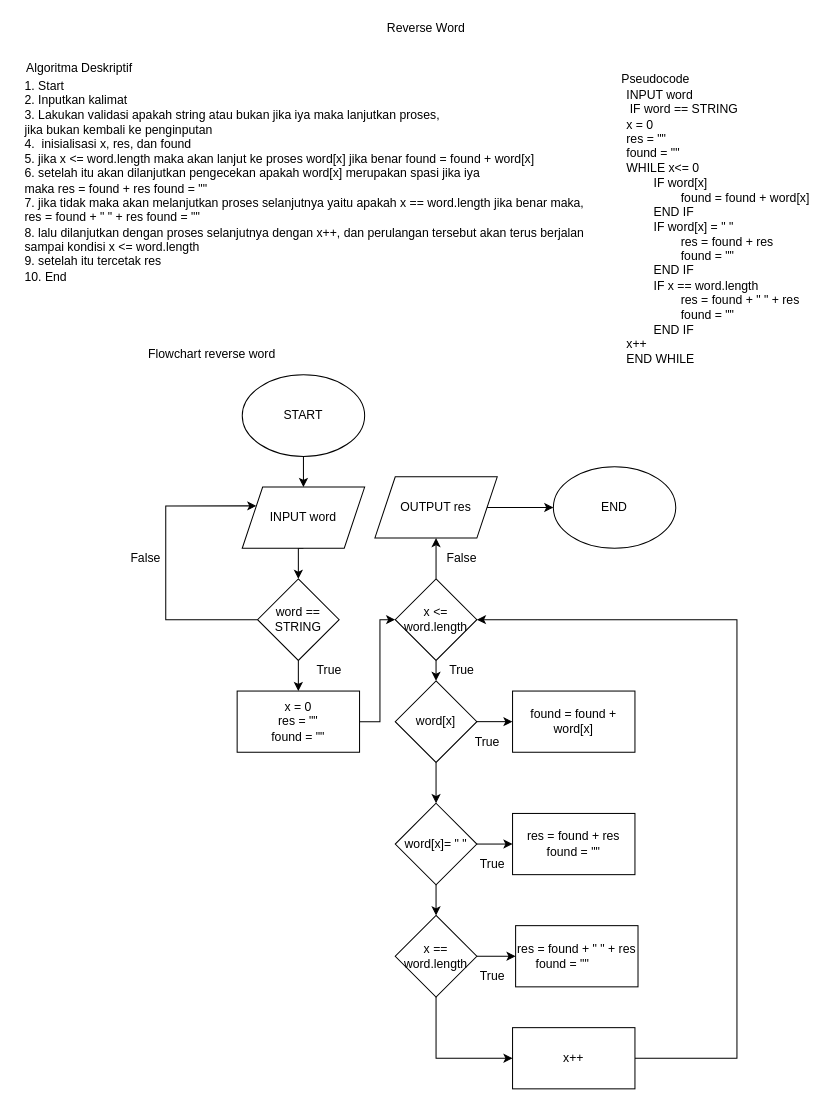
This is Reverse Word.drawio from aviantofan/fw5-algoritma, a draw.io file, before an edit. Source tidied: cells renumbered, new cells numbered last; positions are measured from the earlier drawing's top-left corner, leaving out a move shared by most shapes. Both pictures are drawn from the tidied source at 102%, with x=0, y=0 at pixel (17, 17).
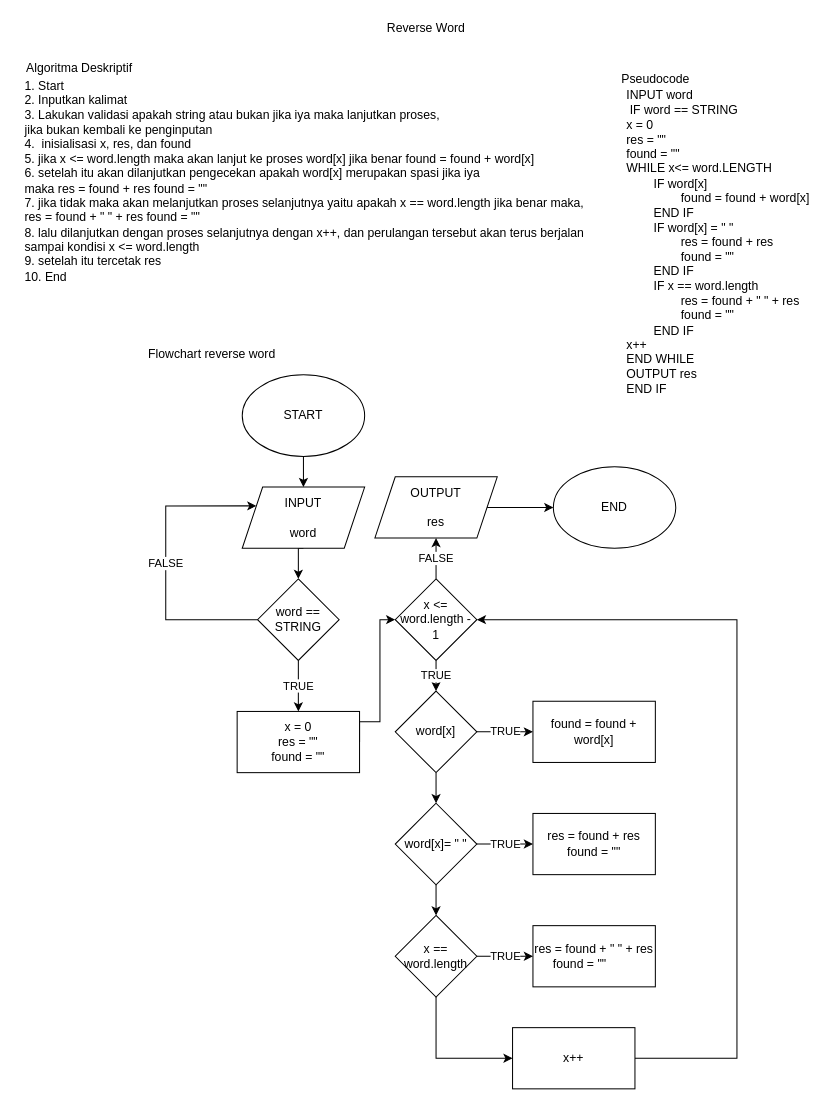
The same page after the edit.

Unchanged cells that the change refers to:
```xml
<mxCell id="9" value="word == STRING" style="rhombus;whiteSpace=wrap;html=1;" parent="1" vertex="1">
  <mxGeometry x="235" y="550" width="80" height="80" as="geometry" />
</mxCell>
<mxCell id="17" value="word[x]= &quot; &quot;" style="rhombus;whiteSpace=wrap;html=1;" parent="1" vertex="1">
  <mxGeometry x="370" y="770" width="80" height="80" as="geometry" />
</mxCell>
<mxCell id="20" value="x == word.length" style="rhombus;whiteSpace=wrap;html=1;" parent="1" vertex="1">
  <mxGeometry x="370" y="880" width="80" height="80" as="geometry" />
</mxCell>
```

What changed in the source:
```diff
@@
-    <mxCell id="6" value="INPUT word" style="shape=parallelogram;perimeter=parallelogramPerimeter;whiteSpace=wrap;html=1;fixedSize=1;" parent="1" vertex="1">
+    <mxCell id="6" value="INPUT &lt;br&gt;&lt;br&gt;word" style="shape=parallelogram;perimeter=parallelogramPerimeter;whiteSpace=wrap;html=1;fixedSize=1;" parent="1" vertex="1">
       <mxGeometry x="220" y="460" width="120" height="60" as="geometry" />
     </mxCell>
-    <mxCell id="7" style="edgeStyle=orthogonalEdgeStyle;rounded=0;jettySize=auto;html=1;exitX=0.5;exitY=1;exitDx=0;exitDy=0;entryX=0.5;entryY=0;entryDx=0;entryDy=0;" parent="1" edge="1" source="9" target="11">
+    <mxCell id="7" value="TRUE" style="edgeStyle=orthogonalEdgeStyle;rounded=0;jettySize=auto;html=1;exitX=0.5;exitY=1;exitDx=0;exitDy=0;entryX=0.5;entryY=0;entryDx=0;entryDy=0;" parent="1" edge="1" source="9" target="11">
       <mxGeometry relative="1" as="geometry" />
     </mxCell>
-    <mxCell id="8" style="edgeStyle=orthogonalEdgeStyle;rounded=0;jettySize=auto;html=1;exitX=0;exitY=0.5;exitDx=0;exitDy=0;entryX=0;entryY=0.25;entryDx=0;entryDy=0;" parent="1" edge="1" source="9" target="6">
+    <mxCell id="8" value="FALSE" style="edgeStyle=orthogonalEdgeStyle;rounded=0;jettySize=auto;html=1;exitX=0;exitY=0.5;exitDx=0;exitDy=0;entryX=0;entryY=0.25;entryDx=0;entryDy=0;" parent="1" edge="1" source="9" target="6">
       <mxGeometry relative="1" as="geometry">
         <Array as="points">
           <mxPoint x="145" y="590" />
           <mxPoint x="145" y="478" />
         </Array>
       </mxGeometry>
     </mxCell>
@@
     <mxCell id="11" value="x = 0&lt;br&gt;res = &quot;&quot;&lt;br&gt;found = &quot;&quot;" style="rounded=0;whiteSpace=wrap;html=1;" parent="1" vertex="1">
-      <mxGeometry x="215" y="660" width="120" height="60" as="geometry" />
+      <mxGeometry x="215" y="680" width="120" height="60" as="geometry" />
     </mxCell>
@@
-    <mxCell id="13" style="edgeStyle=orthogonalEdgeStyle;rounded=0;jettySize=auto;html=1;exitX=1;exitY=0.5;exitDx=0;exitDy=0;entryX=0;entryY=0.5;entryDx=0;entryDy=0;" parent="1" edge="1" source="14" target="29">
+    <mxCell id="13" value="TRUE" style="edgeStyle=orthogonalEdgeStyle;rounded=0;jettySize=auto;html=1;exitX=1;exitY=0.5;exitDx=0;exitDy=0;entryX=0;entryY=0.5;entryDx=0;entryDy=0;" parent="1" edge="1" source="14" target="29">
       <mxGeometry relative="1" as="geometry" />
     </mxCell>
     <mxCell id="14" value="word[x]" style="rhombus;whiteSpace=wrap;html=1;" parent="1" vertex="1">
-      <mxGeometry x="370" y="650" width="80" height="80" as="geometry" />
+      <mxGeometry x="370" y="660" width="80" height="80" as="geometry" />
     </mxCell>
@@
-    <mxCell id="16" style="edgeStyle=orthogonalEdgeStyle;rounded=0;jettySize=auto;html=1;exitX=1;exitY=0.5;exitDx=0;exitDy=0;entryX=0;entryY=0.5;entryDx=0;entryDy=0;" parent="1" edge="1" source="17" target="25">
+    <mxCell id="16" value="TRUE" style="edgeStyle=orthogonalEdgeStyle;rounded=0;jettySize=auto;html=1;exitX=1;exitY=0.5;exitDx=0;exitDy=0;entryX=0;entryY=0.5;entryDx=0;entryDy=0;" parent="1" edge="1" source="17" target="25">
       <mxGeometry relative="1" as="geometry" />
     </mxCell>
@@
-    <mxCell id="19" style="edgeStyle=orthogonalEdgeStyle;rounded=0;jettySize=auto;html=1;exitX=1;exitY=0.5;exitDx=0;exitDy=0;entryX=0;entryY=0.5;entryDx=0;entryDy=0;" parent="1" edge="1" source="20" target="24">
+    <mxCell id="19" value="TRUE" style="edgeStyle=orthogonalEdgeStyle;rounded=0;jettySize=auto;html=1;exitX=1;exitY=0.5;exitDx=0;exitDy=0;entryX=0;entryY=0.5;entryDx=0;entryDy=0;" parent="1" edge="1" source="20" target="24">
       <mxGeometry relative="1" as="geometry" />
     </mxCell>
@@
     <mxCell id="24" value="res = found + &quot; &quot; + res found = &quot;&quot;&lt;span style=&quot;white-space: pre&quot;&gt;&#9;&lt;/span&gt;" style="rounded=0;whiteSpace=wrap;html=1;" parent="1" vertex="1">
-      <mxGeometry x="488" y="890" width="120" height="60" as="geometry" />
+      <mxGeometry x="505" y="890" width="120" height="60" as="geometry" />
     </mxCell>
     <mxCell id="25" value="res = found + res found = &quot;&quot;" style="rounded=0;whiteSpace=wrap;html=1;" parent="1" vertex="1">
-      <mxGeometry x="485" y="780" width="120" height="60" as="geometry" />
+      <mxGeometry x="505" y="780" width="120" height="60" as="geometry" />
     </mxCell>
-    <mxCell id="26" style="edgeStyle=orthogonalEdgeStyle;rounded=0;jettySize=auto;html=1;exitX=0.5;exitY=1;exitDx=0;exitDy=0;entryX=0.5;entryY=0;entryDx=0;entryDy=0;" parent="1" edge="1" source="28" target="14">
+    <mxCell id="26" value="TRUE" style="edgeStyle=orthogonalEdgeStyle;rounded=0;jettySize=auto;html=1;exitX=0.5;exitY=1;exitDx=0;exitDy=0;entryX=0.5;entryY=0;entryDx=0;entryDy=0;" parent="1" edge="1" source="28" target="14">
       <mxGeometry relative="1" as="geometry" />
     </mxCell>
-    <mxCell id="27" style="edgeStyle=orthogonalEdgeStyle;rounded=0;jettySize=auto;html=1;" parent="1" edge="1" source="28" target="38">
+    <mxCell id="27" value="FALSE" style="edgeStyle=orthogonalEdgeStyle;rounded=0;jettySize=auto;html=1;" parent="1" edge="1" source="28" target="38">
       <mxGeometry relative="1" as="geometry" />
     </mxCell>
-    <mxCell id="28" value="x &amp;lt;= word.length" style="rhombus;whiteSpace=wrap;html=1;" parent="1" vertex="1">
+    <mxCell id="28" value="x &amp;lt;= word.length - 1" style="rhombus;whiteSpace=wrap;html=1;" parent="1" vertex="1">
       <mxGeometry x="370" y="550" width="80" height="80" as="geometry" />
     </mxCell>
     <mxCell id="29" value="found = found + word[x]" style="rounded=0;whiteSpace=wrap;html=1;" parent="1" vertex="1">
-      <mxGeometry x="485" y="660" width="120" height="60" as="geometry" />
+      <mxGeometry x="505" y="670" width="120" height="60" as="geometry" />
     </mxCell>
-    <mxCell id="30" value="True" style="text;html=1;align=center;verticalAlign=middle;strokeColor=none;fillColor=none;" parent="1" vertex="1">
-      <mxGeometry x="445" y="820" width="40" height="20" as="geometry" />
-    </mxCell>
-    <mxCell id="31" value="True" style="text;html=1;align=center;verticalAlign=middle;strokeColor=none;fillColor=none;" parent="1" vertex="1">
-      <mxGeometry x="440" y="700" width="40" height="20" as="geometry" />
-    </mxCell>
-    <mxCell id="32" value="True" style="text;html=1;align=center;verticalAlign=middle;strokeColor=none;fillColor=none;" parent="1" vertex="1">
-      <mxGeometry x="415" y="630" width="40" height="20" as="geometry" />
-    </mxCell>
-    <mxCell id="33" value="True" style="text;html=1;align=center;verticalAlign=middle;strokeColor=none;fillColor=none;" parent="1" vertex="1">
-      <mxGeometry x="445" y="930" width="40" height="20" as="geometry" />
-    </mxCell>
-    <mxCell id="34" value="False" style="text;html=1;align=center;verticalAlign=middle;strokeColor=none;fillColor=none;" parent="1" vertex="1">
-      <mxGeometry x="415" y="520" width="40" height="20" as="geometry" />
-    </mxCell>
-    <mxCell id="35" value="True" style="text;html=1;align=center;verticalAlign=middle;strokeColor=none;fillColor=none;" parent="1" vertex="1">
-      <mxGeometry x="285" y="630" width="40" height="20" as="geometry" />
-    </mxCell>
-    <mxCell id="36" value="False" style="text;html=1;align=center;verticalAlign=middle;strokeColor=none;fillColor=none;" parent="1" vertex="1">
-      <mxGeometry x="105" y="520" width="40" height="20" as="geometry" />
-    </mxCell>
@@
-    <mxCell id="38" value="OUTPUT res" style="shape=parallelogram;perimeter=parallelogramPerimeter;whiteSpace=wrap;html=1;fixedSize=1;" parent="1" vertex="1">
+    <mxCell id="38" value="OUTPUT &lt;br&gt;&lt;br&gt;res" style="shape=parallelogram;perimeter=parallelogramPerimeter;whiteSpace=wrap;html=1;fixedSize=1;" parent="1" vertex="1">
       <mxGeometry x="350" y="450" width="120" height="60" as="geometry" />
     </mxCell>
@@
-    <mxCell id="43" value="INPUT word&lt;br&gt;&amp;nbsp;IF word == STRING&lt;br&gt;x = 0&lt;br&gt;res = &quot;&quot;&lt;br&gt;found = &quot;&quot;&lt;br&gt;WHILE x&amp;lt;= 0&lt;br&gt;&lt;span style=&quot;white-space: pre&quot;&gt;&#9;&lt;/span&gt;IF word[x]&lt;br&gt;&lt;span style=&quot;white-space: pre&quot;&gt;&#9;&lt;/span&gt;&lt;span style=&quot;white-space: pre&quot;&gt;&#9;&lt;/span&gt;found = found + word[x]&lt;br&gt;&lt;span style=&quot;white-space: pre&quot;&gt;&#9;&lt;/span&gt;END IF&lt;br&gt;&lt;span style=&quot;white-space: pre&quot;&gt;&#9;&lt;/span&gt;IF word[x] = &quot; &quot;&lt;br&gt;&lt;span style=&quot;white-space: pre&quot;&gt;&#9;&lt;/span&gt;&lt;span style=&quot;white-space: pre&quot;&gt;&#9;&lt;/span&gt;res = found + res&lt;br&gt;&lt;span style=&quot;white-space: pre&quot;&gt;&#9;&lt;/span&gt;&lt;span style=&quot;white-space: pre&quot;&gt;&#9;&lt;/span&gt;found = &quot;&quot;&lt;br&gt;&lt;span style=&quot;white-space: pre&quot;&gt;&#9;&lt;/span&gt;END IF&lt;br&gt;&lt;span style=&quot;white-space: pre&quot;&gt;&#9;&lt;/span&gt;IF x == word.length&lt;br&gt;&lt;span style=&quot;white-space: pre&quot;&gt;&#9;&lt;/span&gt;&lt;span style=&quot;white-space: pre&quot;&gt;&#9;&lt;/span&gt;res = found + &quot; &quot; + res&lt;br&gt;&lt;span style=&quot;white-space: pre&quot;&gt;&#9;&lt;/span&gt;&lt;span style=&quot;white-space: pre&quot;&gt;&#9;&lt;/span&gt;found = &quot;&quot;&lt;br&gt;&lt;span style=&quot;white-space: pre&quot;&gt;&#9;&lt;/span&gt;END IF&lt;br&gt;x++&lt;br&gt;END WHILE" style="text;html=1;align=left;verticalAlign=middle;strokeColor=none;fillColor=none;" parent="1" vertex="1">
-      <mxGeometry x="595" y="70" width="190" height="270" as="geometry" />
+    <mxCell id="43" value="INPUT word&lt;br&gt;&amp;nbsp;IF word == STRING&lt;br&gt;x = 0&lt;br&gt;res = &quot;&quot;&lt;br&gt;found = &quot;&quot;&lt;br&gt;WHILE x&amp;lt;= word.LENGTH&lt;br&gt;&lt;span style=&quot;white-space: pre&quot;&gt;&#9;&lt;/span&gt;IF word[x]&lt;br&gt;&lt;span style=&quot;white-space: pre&quot;&gt;&#9;&lt;/span&gt;&lt;span style=&quot;white-space: pre&quot;&gt;&#9;&lt;/span&gt;found = found + word[x]&lt;br&gt;&lt;span style=&quot;white-space: pre&quot;&gt;&#9;&lt;/span&gt;END IF&lt;br&gt;&lt;span style=&quot;white-space: pre&quot;&gt;&#9;&lt;/span&gt;IF word[x] = &quot; &quot;&lt;br&gt;&lt;span style=&quot;white-space: pre&quot;&gt;&#9;&lt;/span&gt;&lt;span style=&quot;white-space: pre&quot;&gt;&#9;&lt;/span&gt;res = found + res&lt;br&gt;&lt;span style=&quot;white-space: pre&quot;&gt;&#9;&lt;/span&gt;&lt;span style=&quot;white-space: pre&quot;&gt;&#9;&lt;/span&gt;found = &quot;&quot;&lt;br&gt;&lt;span style=&quot;white-space: pre&quot;&gt;&#9;&lt;/span&gt;END IF&lt;br&gt;&lt;span style=&quot;white-space: pre&quot;&gt;&#9;&lt;/span&gt;IF x == word.length&lt;br&gt;&lt;span style=&quot;white-space: pre&quot;&gt;&#9;&lt;/span&gt;&lt;span style=&quot;white-space: pre&quot;&gt;&#9;&lt;/span&gt;res = found + &quot; &quot; + res&lt;br&gt;&lt;span style=&quot;white-space: pre&quot;&gt;&#9;&lt;/span&gt;&lt;span style=&quot;white-space: pre&quot;&gt;&#9;&lt;/span&gt;found = &quot;&quot;&lt;br&gt;&lt;span style=&quot;white-space: pre&quot;&gt;&#9;&lt;/span&gt;END IF&lt;br&gt;x++&lt;br&gt;END WHILE&lt;br&gt;OUTPUT res&lt;br&gt;END IF" style="text;html=1;align=left;verticalAlign=middle;strokeColor=none;fillColor=none;" parent="1" vertex="1">
+      <mxGeometry x="595" y="70" width="190" height="300" as="geometry" />
     </mxCell>
```
